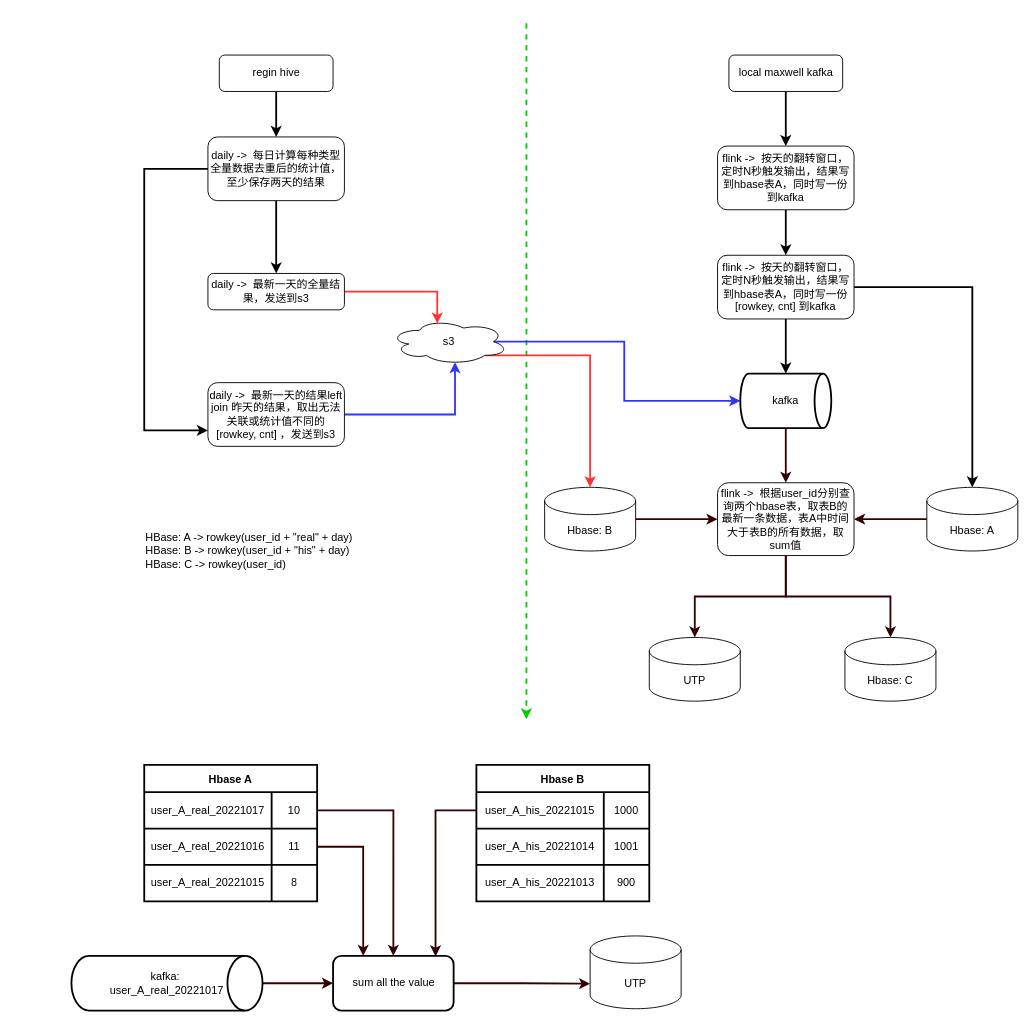
Above: 未命名绘图.drawio in LadyTao/flink-study (draw.io), before the change. Source tidied: cells renumbered, new cells numbered last; positions are measured from the earlier drawing's top-left corner, leaving out a move shared by most shapes. Both pictures are drawn from the tidied source at 91%, with x=0, y=0 at pixel (71, 23).
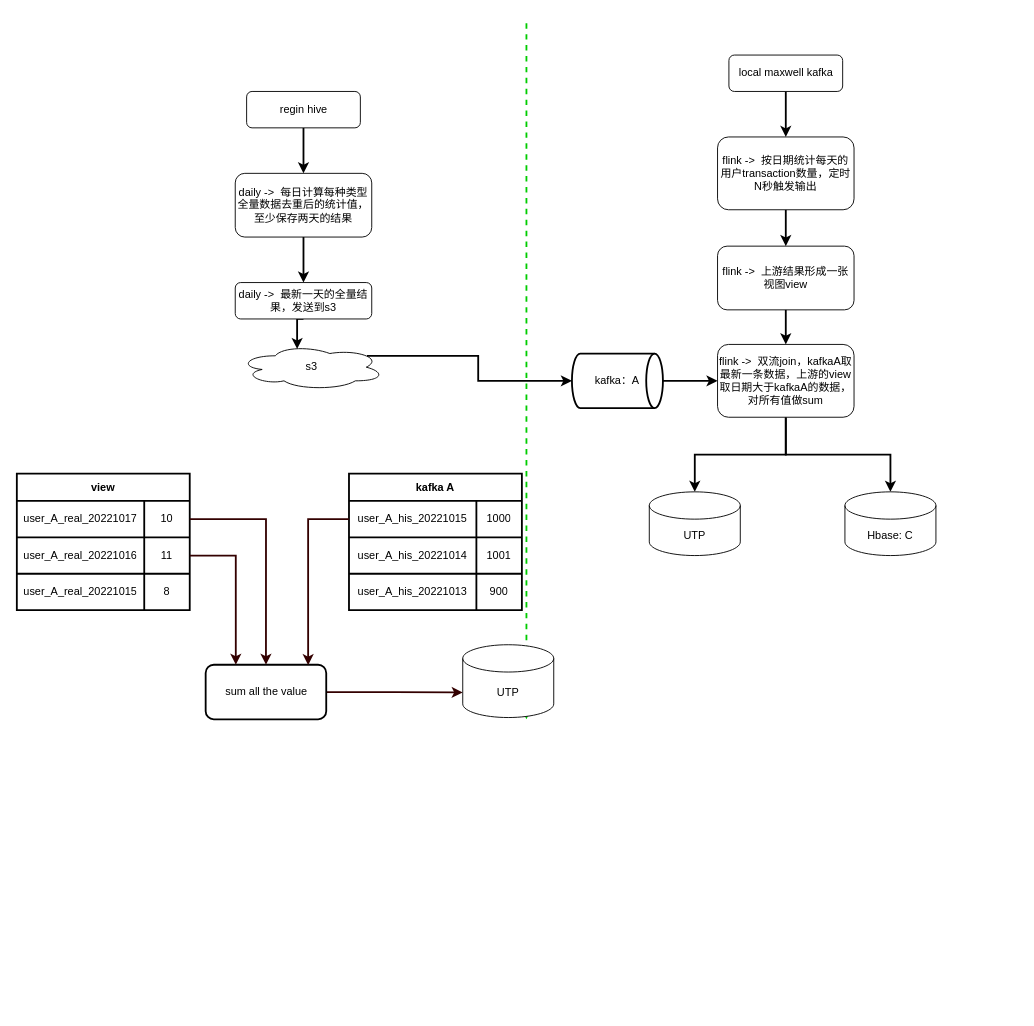
Above is the later version.

Commit message:
更新未命名绘图.drawio

Change to the diagram source:
```diff
@@
     <mxCell id="4" value="regin hive" style="rounded=1;whiteSpace=wrap;html=1;" parent="1" vertex="1">
-      <mxGeometry x="162.5" y="35" width="125" height="40" as="geometry" />
+      <mxGeometry x="192.5" y="75" width="125" height="40" as="geometry" />
     </mxCell>
@@
-    <mxCell id="8" style="edgeStyle=orthogonalEdgeStyle;rounded=0;jettySize=auto;html=1;exitX=0;exitY=0.5;exitDx=0;exitDy=0;entryX=0;entryY=0.75;entryDx=0;entryDy=0;strokeWidth=2;" parent="1" edge="1" source="9" target="14">
-      <mxGeometry relative="1" as="geometry">
-        <Array as="points">
-          <mxPoint x="80" y="160" />
-          <mxPoint x="80" y="448" />
-        </Array>
-      </mxGeometry>
-    </mxCell>
     <mxCell id="9" value="daily -&amp;gt;&amp;nbsp; 每日计算每种类型全量数据去重后的统计值，至少保存两天的结果" style="rounded=1;whiteSpace=wrap;html=1;" parent="1" vertex="1">
-      <mxGeometry x="150" y="125" width="150" height="70" as="geometry" />
+      <mxGeometry x="180" y="165" width="150" height="70" as="geometry" />
     </mxCell>
-    <mxCell id="10" style="edgeStyle=orthogonalEdgeStyle;rounded=0;jettySize=auto;html=1;exitX=0.875;exitY=0.5;exitDx=0;exitDy=0;exitPerimeter=0;entryX=0;entryY=0.5;entryDx=0;entryDy=0;entryPerimeter=0;strokeWidth=2;strokeColor=#3333FF;" parent="1" edge="1" source="12" target="27">
+    <mxCell id="10" style="edgeStyle=orthogonalEdgeStyle;rounded=0;jettySize=auto;html=1;exitX=0.88;exitY=0.25;exitDx=0;exitDy=0;exitPerimeter=0;entryX=0;entryY=0.5;entryDx=0;entryDy=0;entryPerimeter=0;strokeWidth=2;" parent="1" edge="1" source="12" target="27">
       <mxGeometry relative="1" as="geometry" />
     </mxCell>
-    <mxCell id="11" style="edgeStyle=orthogonalEdgeStyle;rounded=0;jettySize=auto;html=1;exitX=0.8;exitY=0.8;exitDx=0;exitDy=0;exitPerimeter=0;entryX=0.5;entryY=0;entryDx=0;entryDy=0;entryPerimeter=0;strokeColor=#FF3333;strokeWidth=2;" parent="1" edge="1" source="12" target="20">
-      <mxGeometry relative="1" as="geometry" />
-    </mxCell>
     <mxCell id="12" value="s3" style="ellipse;shape=cloud;whiteSpace=wrap;html=1;" parent="1" vertex="1">
-      <mxGeometry x="350" y="325" width="130" height="50" as="geometry" />
+      <mxGeometry x="184" y="353" width="160" height="50" as="geometry" />
     </mxCell>
-    <mxCell id="13" style="edgeStyle=orthogonalEdgeStyle;rounded=0;jettySize=auto;html=1;exitX=1;exitY=0.5;exitDx=0;exitDy=0;entryX=0.55;entryY=0.95;entryDx=0;entryDy=0;entryPerimeter=0;strokeWidth=2;strokeColor=#3333FF;" parent="1" edge="1" source="14" target="12">
-      <mxGeometry relative="1" as="geometry" />
-    </mxCell>
-    <mxCell id="14" value="daily -&amp;gt;&amp;nbsp; 最新一天的结果left join 昨天的结果，取出无法关联或统计值不同的[rowkey, cnt]&amp;nbsp;，发送到s3" style="rounded=1;whiteSpace=wrap;html=1;" parent="1" vertex="1">
-      <mxGeometry x="150" y="395" width="150" height="70" as="geometry" />
-    </mxCell>
-    <mxCell id="15" style="edgeStyle=orthogonalEdgeStyle;rounded=0;jettySize=auto;html=1;exitX=1;exitY=0.5;exitDx=0;exitDy=0;entryX=0.4;entryY=0.1;entryDx=0;entryDy=0;entryPerimeter=0;strokeWidth=2;strokeColor=#FF3333;" parent="1" edge="1" source="16" target="12">
+    <mxCell id="15" style="edgeStyle=orthogonalEdgeStyle;rounded=0;jettySize=auto;html=1;exitX=0.5;exitY=1;exitDx=0;exitDy=0;entryX=0.4;entryY=0.1;entryDx=0;entryDy=0;entryPerimeter=0;strokeWidth=2;" parent="1" edge="1" source="16" target="12">
       <mxGeometry relative="1" as="geometry" />
     </mxCell>
     <mxCell id="16" value="daily -&amp;gt;&amp;nbsp; 最新一天的全量结果，发送到s3" style="rounded=1;whiteSpace=wrap;html=1;" parent="1" vertex="1">
-      <mxGeometry x="150" y="275" width="150" height="40" as="geometry" />
+      <mxGeometry x="180" y="285" width="150" height="40" as="geometry" />
     </mxCell>
@@
-    <mxCell id="18" value="flink -&amp;gt;&amp;nbsp; 按天的翻转窗口，定时N秒触发输出，结果写到hbase表A，同时写一份到kafka" style="rounded=1;whiteSpace=wrap;html=1;" parent="1" vertex="1">
-      <mxGeometry x="710" y="135" width="150" height="70" as="geometry" />
+    <mxCell id="18" value="flink -&amp;gt;&amp;nbsp; 按日期统计每天的用户transaction数量，定时N秒触发输出" style="rounded=1;whiteSpace=wrap;html=1;" parent="1" vertex="1">
+      <mxGeometry x="710" y="125" width="150" height="80" as="geometry" />
     </mxCell>
-    <mxCell id="19" style="edgeStyle=orthogonalEdgeStyle;rounded=0;jettySize=auto;html=1;exitX=1;exitY=0.5;exitDx=0;exitDy=0;exitPerimeter=0;entryX=0;entryY=0.5;entryDx=0;entryDy=0;strokeColor=#330000;strokeWidth=2;" parent="1" edge="1" source="20" target="30">
-      <mxGeometry relative="1" as="geometry" />
-    </mxCell>
-    <mxCell id="20" value="Hbase: B" style="shape=cylinder3;whiteSpace=wrap;html=1;boundedLbl=1;backgroundOutline=1;size=15;" parent="1" vertex="1">
-      <mxGeometry x="520" y="510" width="100" height="70" as="geometry" />
-    </mxCell>
-    <mxCell id="21" style="edgeStyle=orthogonalEdgeStyle;rounded=0;jettySize=auto;html=1;exitX=1;exitY=0.5;exitDx=0;exitDy=0;entryX=0.5;entryY=0;entryDx=0;entryDy=0;entryPerimeter=0;strokeWidth=2;" parent="1" edge="1" source="23" target="25">
-      <mxGeometry relative="1" as="geometry" />
-    </mxCell>
-    <mxCell id="22" style="edgeStyle=orthogonalEdgeStyle;rounded=0;jettySize=auto;html=1;exitX=0.5;exitY=1;exitDx=0;exitDy=0;strokeWidth=2;" parent="1" edge="1" source="23" target="27">
-      <mxGeometry relative="1" as="geometry" />
-    </mxCell>
+    <mxCell id="64" style="edgeStyle=orthogonalEdgeStyle;rounded=0;jettySize=auto;html=1;exitX=0.5;exitY=1;exitDx=0;exitDy=0;strokeWidth=2;" parent="1" edge="1" source="23" target="68">
+      <mxGeometry relative="1" as="geometry" />
+    </mxCell>
-    <mxCell id="23" value="flink -&amp;gt;&amp;nbsp; 按天的翻转窗口，定时N秒触发输出，结果写到hbase表A，同时写一份[rowkey, cnt] 到kafka" style="rounded=1;whiteSpace=wrap;html=1;" parent="1" vertex="1">
-      <mxGeometry x="710" y="255" width="150" height="70" as="geometry" />
+    <mxCell id="23" value="flink -&amp;gt;&amp;nbsp; 上游结果形成一张视图view" style="rounded=1;whiteSpace=wrap;html=1;" parent="1" vertex="1">
+      <mxGeometry x="710" y="245" width="150" height="70" as="geometry" />
     </mxCell>
-    <mxCell id="24" style="edgeStyle=orthogonalEdgeStyle;rounded=0;jettySize=auto;html=1;exitX=0;exitY=0.5;exitDx=0;exitDy=0;exitPerimeter=0;entryX=1;entryY=0.5;entryDx=0;entryDy=0;strokeColor=#330000;strokeWidth=2;" parent="1" edge="1" source="25" target="30">
-      <mxGeometry relative="1" as="geometry" />
-    </mxCell>
-    <mxCell id="25" value="Hbase: A" style="shape=cylinder3;whiteSpace=wrap;html=1;boundedLbl=1;backgroundOutline=1;size=15;" parent="1" vertex="1">
-      <mxGeometry x="940" y="510" width="100" height="70" as="geometry" />
-    </mxCell>
-    <mxCell id="26" style="edgeStyle=orthogonalEdgeStyle;rounded=0;jettySize=auto;html=1;exitX=0.5;exitY=1;exitDx=0;exitDy=0;exitPerimeter=0;strokeColor=#330000;strokeWidth=2;" parent="1" edge="1" source="27" target="30">
-      <mxGeometry relative="1" as="geometry" />
-    </mxCell>
+    <mxCell id="65" style="edgeStyle=orthogonalEdgeStyle;rounded=0;jettySize=auto;html=1;exitX=1;exitY=0.5;exitDx=0;exitDy=0;exitPerimeter=0;entryX=0;entryY=0.5;entryDx=0;entryDy=0;strokeWidth=2;" parent="1" edge="1" source="27" target="68">
+      <mxGeometry relative="1" as="geometry" />
+    </mxCell>
-    <mxCell id="27" value="kafka" style="strokeWidth=2;html=1;shape=mxgraph.flowchart.direct_data;whiteSpace=wrap;" parent="1" vertex="1">
-      <mxGeometry x="735" y="385" width="100" height="60" as="geometry" />
+    <mxCell id="27" value="kafka：A" style="strokeWidth=2;html=1;shape=mxgraph.flowchart.direct_data;whiteSpace=wrap;" parent="1" vertex="1">
+      <mxGeometry x="550" y="363" width="100" height="60" as="geometry" />
     </mxCell>
-    <mxCell id="28" style="edgeStyle=orthogonalEdgeStyle;rounded=0;jettySize=auto;html=1;exitX=0.5;exitY=1;exitDx=0;exitDy=0;entryX=0.5;entryY=0;entryDx=0;entryDy=0;entryPerimeter=0;strokeColor=#330000;strokeWidth=2;" parent="1" edge="1" source="30" target="32">
-      <mxGeometry relative="1" as="geometry" />
-    </mxCell>
-    <mxCell id="29" style="edgeStyle=orthogonalEdgeStyle;rounded=0;jettySize=auto;html=1;exitX=0.5;exitY=1;exitDx=0;exitDy=0;entryX=0.5;entryY=0;entryDx=0;entryDy=0;entryPerimeter=0;strokeColor=#330000;strokeWidth=2;" parent="1" edge="1" source="30" target="31">
-      <mxGeometry relative="1" as="geometry" />
-    </mxCell>
-    <mxCell id="30" value="flink -&amp;gt;&amp;nbsp; 根据user_id分别查询两个hbase表，取表B的最新一条数据，表A中时间大于表B的所有数据，取sum值" style="rounded=1;whiteSpace=wrap;html=1;" parent="1" vertex="1">
-      <mxGeometry x="710" y="505" width="150" height="80" as="geometry" />
-    </mxCell>
     <mxCell id="31" value="Hbase: C" style="shape=cylinder3;whiteSpace=wrap;html=1;boundedLbl=1;backgroundOutline=1;size=15;" parent="1" vertex="1">
-      <mxGeometry x="850" y="675" width="100" height="70" as="geometry" />
+      <mxGeometry x="850" y="515" width="100" height="70" as="geometry" />
     </mxCell>
     <mxCell id="32" value="UTP" style="shape=cylinder3;whiteSpace=wrap;html=1;boundedLbl=1;backgroundOutline=1;size=15;" parent="1" vertex="1">
-      <mxGeometry x="635" y="675" width="100" height="70" as="geometry" />
+      <mxGeometry x="635" y="515" width="100" height="70" as="geometry" />
     </mxCell>
-    <mxCell id="33" value="&lt;div style=&quot;text-align: justify;&quot;&gt;&lt;span style=&quot;background-color: initial;&quot;&gt;HBase: A -&amp;gt; rowkey(user_id + &quot;real&quot; + day)&lt;/span&gt;&lt;/div&gt;&lt;div style=&quot;text-align: justify;&quot;&gt;&lt;span style=&quot;background-color: initial;&quot;&gt;HBase: B -&amp;gt; rowkey(user_id + &quot;his&quot; + day)&lt;/span&gt;&lt;/div&gt;&lt;div style=&quot;text-align: justify;&quot;&gt;&lt;span style=&quot;background-color: initial;&quot;&gt;HBase: C -&amp;gt; rowkey(user_id)&lt;/span&gt;&lt;/div&gt;" style="text;html=1;align=center;verticalAlign=middle;fillColor=none;strokeColor=none;rounded=0;" parent="1" vertex="1">
-      <mxGeometry x="70" y="550" width="250" height="60" as="geometry" />
-    </mxCell>
-    <mxCell id="34" value="Hbase A" style="shape=table;startSize=30;childLayout=tableLayout;fontStyle=1;align=center;strokeWidth=2;" parent="1" vertex="1">
-      <mxGeometry x="80" y="815" width="190" height="150" as="geometry" />
+    <mxCell id="34" value="view" style="shape=table;startSize=30;childLayout=tableLayout;fontStyle=1;align=center;strokeWidth=2;" parent="1" vertex="1">
+      <mxGeometry x="-60" y="495" width="190" height="150" as="geometry" />
     </mxCell>
@@
-    <mxCell id="45" value="Hbase B" style="shape=table;startSize=30;childLayout=tableLayout;fontStyle=1;align=center;strokeWidth=2;" parent="1" vertex="1">
-      <mxGeometry x="445" y="815" width="190" height="150" as="geometry" />
+    <mxCell id="45" value="kafka A" style="shape=table;startSize=30;childLayout=tableLayout;fontStyle=1;align=center;strokeWidth=2;" parent="1" vertex="1">
+      <mxGeometry x="305" y="495" width="190" height="150" as="geometry" />
     </mxCell>
@@
     <mxCell id="57" value="sum all the value" style="rounded=1;whiteSpace=wrap;html=1;strokeWidth=2;" parent="1" vertex="1">
-      <mxGeometry x="287.5" y="1025" width="132.5" height="60" as="geometry" />
+      <mxGeometry x="147.5" y="705" width="132.5" height="60" as="geometry" />
     </mxCell>
@@
-    <mxCell id="61" style="edgeStyle=orthogonalEdgeStyle;rounded=0;jettySize=auto;html=1;exitX=1;exitY=0.5;exitDx=0;exitDy=0;exitPerimeter=0;entryX=0;entryY=0.5;entryDx=0;entryDy=0;strokeColor=#330000;strokeWidth=2;" parent="1" edge="1" source="62" target="57">
-      <mxGeometry relative="1" as="geometry" />
-    </mxCell>
-    <mxCell id="62" value="kafka:&amp;nbsp;&lt;br&gt;user_A_real_20221017" style="strokeWidth=2;html=1;shape=mxgraph.flowchart.direct_data;whiteSpace=wrap;align=center;" parent="1" vertex="1">
-      <mxGeometry y="1025" width="210" height="60" as="geometry" />
-    </mxCell>
     <mxCell id="63" value="UTP" style="shape=cylinder3;whiteSpace=wrap;html=1;boundedLbl=1;backgroundOutline=1;size=15;" parent="1" vertex="1">
-      <mxGeometry x="570" y="1003" width="100" height="80" as="geometry" />
+      <mxGeometry x="430" y="683" width="100" height="80" as="geometry" />
     </mxCell>
+    <mxCell id="66" style="edgeStyle=orthogonalEdgeStyle;rounded=0;jettySize=auto;html=1;exitX=0.5;exitY=1;exitDx=0;exitDy=0;strokeWidth=2;" parent="1" edge="1" source="68" target="32">
+      <mxGeometry relative="1" as="geometry" />
+    </mxCell>
+    <mxCell id="67" style="edgeStyle=orthogonalEdgeStyle;rounded=0;jettySize=auto;html=1;exitX=0.5;exitY=1;exitDx=0;exitDy=0;entryX=0.5;entryY=0;entryDx=0;entryDy=0;entryPerimeter=0;strokeWidth=2;" parent="1" edge="1" source="68" target="31">
+      <mxGeometry relative="1" as="geometry" />
+    </mxCell>
+    <mxCell id="68" value="flink -&amp;gt;&amp;nbsp; 双流join，kafkaA取最新一条数据，上游的view取日期大于kafkaA的数据，对所有值做sum" style="rounded=1;whiteSpace=wrap;html=1;" parent="1" vertex="1">
+      <mxGeometry x="710" y="353" width="150" height="80" as="geometry" />
+    </mxCell>
```
